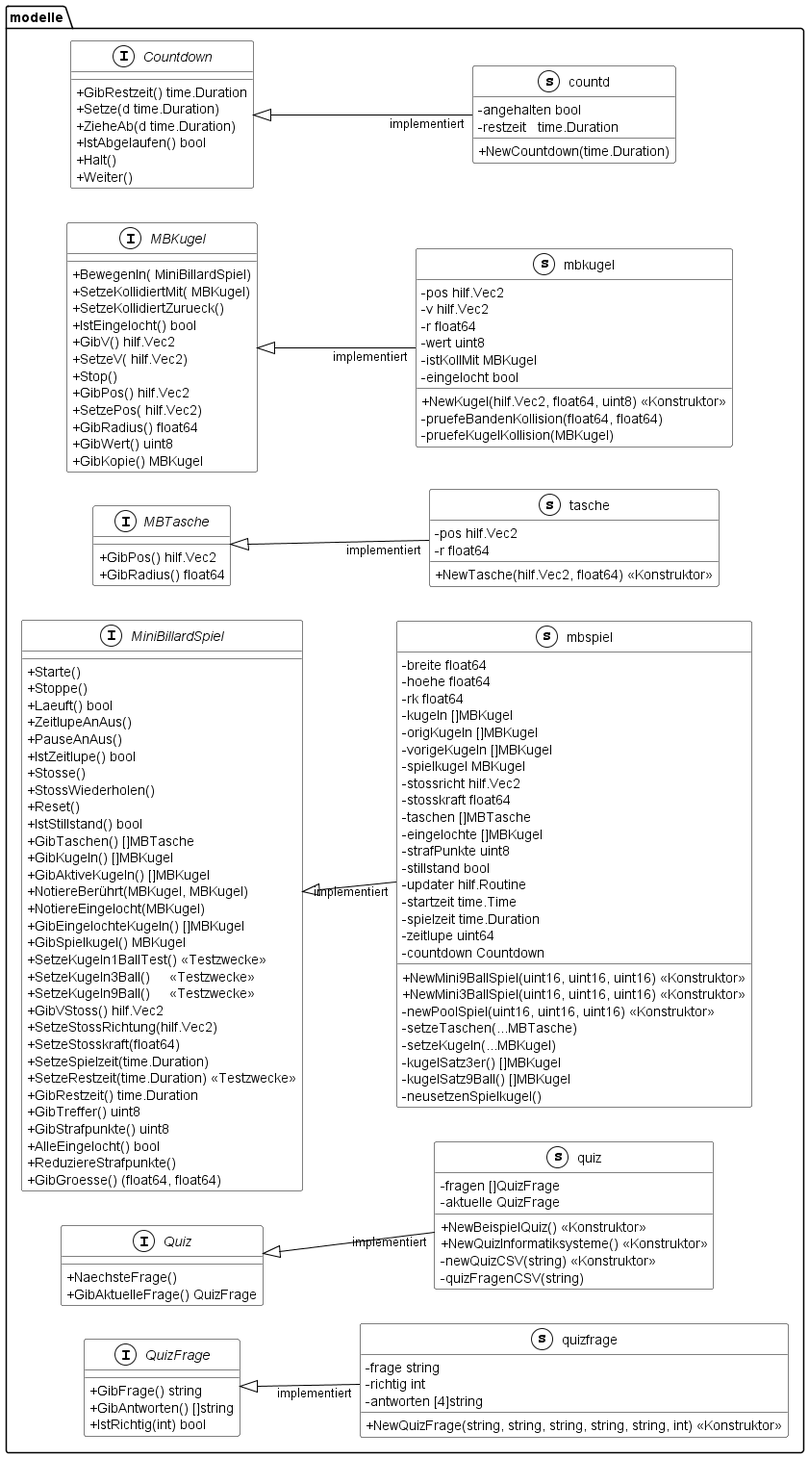
Above: documentation/UML/modelle.png in Fussbroich/lwb-SWP (PlantUML), before the change.
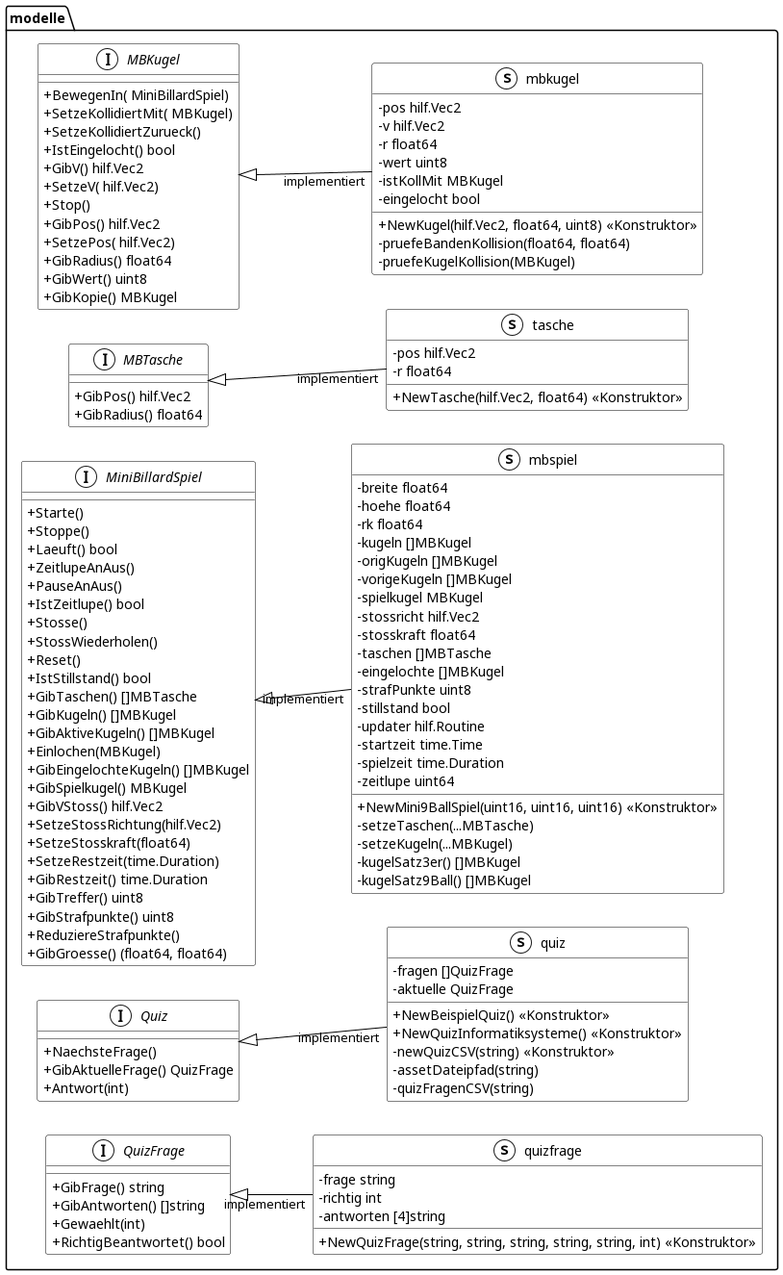
After the commit.

Commit message:
made button actions private, updated some docu uml

Diff of the diagram source:
```diff
@@ -9,14 +9,6 @@
 left to right direction
 skinparam stereotypeCBackgroundColor White
 namespace modelle {
-    interface Countdown << (I,White) >> {
-	    + GibRestzeit() time.Duration
-	    + Setze(d time.Duration)
-	    + ZieheAb(d time.Duration)
-	    + IstAbgelaufen() bool
-	    + Halt()
-	    + Weiter()
-    }
     interface MBKugel << (I,White) >> {
         + BewegenIn( MiniBillardSpiel)
         + SetzeKollidiertMit( MBKugel)
@@ -51,40 +43,30 @@
         + GibTaschen() []MBTasche
         + GibKugeln() []MBKugel
         + GibAktiveKugeln() []MBKugel
-        + NotiereBerührt(MBKugel, MBKugel)
-        + NotiereEingelocht(MBKugel)
+        + Einlochen(MBKugel)
         + GibEingelochteKugeln() []MBKugel
         + GibSpielkugel() MBKugel
-    	+ SetzeKugeln1BallTest() << Testzwecke >>
-	    + SetzeKugeln3Ball()     << Testzwecke >>
-	    + SetzeKugeln9Ball()     << Testzwecke >>
         + GibVStoss() hilf.Vec2
         + SetzeStossRichtung(hilf.Vec2)
         + SetzeStosskraft(float64)
-        + SetzeSpielzeit(time.Duration)
-        + SetzeRestzeit(time.Duration) << Testzwecke >>
+        + SetzeRestzeit(time.Duration)
         + GibRestzeit() time.Duration
         + GibTreffer() uint8
         + GibStrafpunkte() uint8
-        + AlleEingelocht() bool
         + ReduziereStrafpunkte()
         + GibGroesse() (float64, float64)
     }
     interface Quiz << (I,White) >> {
         + NaechsteFrage()
         + GibAktuelleFrage() QuizFrage
+        + Antwort(int)
     }
     interface QuizFrage << (I,White) >> {
         + GibFrage() string
         + GibAntworten() []string
-        + IstRichtig(int) bool
+        + Gewaehlt(int)
+        + RichtigBeantwortet() bool
 
-    }
-    class countd << (s,White) >> {
-	    - angehalten bool
-	    - restzeit   time.Duration
-
-        + NewCountdown(time.Duration)
     }
     class mbkugel << (s,White) >> {
         - pos hilf.Vec2
@@ -116,16 +98,12 @@
         - startzeit time.Time
         - spielzeit time.Duration
         - zeitlupe uint64
-        - countdown Countdown
 
         + NewMini9BallSpiel(uint16, uint16, uint16) << Konstruktor >>
-        + NewMini3BallSpiel(uint16, uint16, uint16) << Konstruktor >>
-        - newPoolSpiel(uint16, uint16, uint16) << Konstruktor >>
         - setzeTaschen(...MBTasche)
         - setzeKugeln(...MBKugel)
         - kugelSatz3er() []MBKugel
         - kugelSatz9Ball() []MBKugel
-        - neusetzenSpielkugel()
     }
     class quiz << (s,White) >> {
         - fragen []QuizFrage
@@ -134,6 +112,7 @@
         + NewBeispielQuiz() << Konstruktor >>
         + NewQuizInformatiksysteme() << Konstruktor >>
         - newQuizCSV(string) << Konstruktor >>
+        - assetDateipfad(string)
         - quizFragenCSV(string)
     }
     class quizfrage << (s,White) >> {
@@ -151,7 +130,6 @@
     }
 }
 
-"modelle.Countdown" <|-- "implementiert""modelle.countd"
 "modelle.MBKugel" <|-- "implementiert""modelle.mbkugel"
 "modelle.MiniBillardSpiel" <|-- "implementiert""modelle.mbspiel"
 "modelle.Quiz" <|-- "implementiert""modelle.quiz"
```
